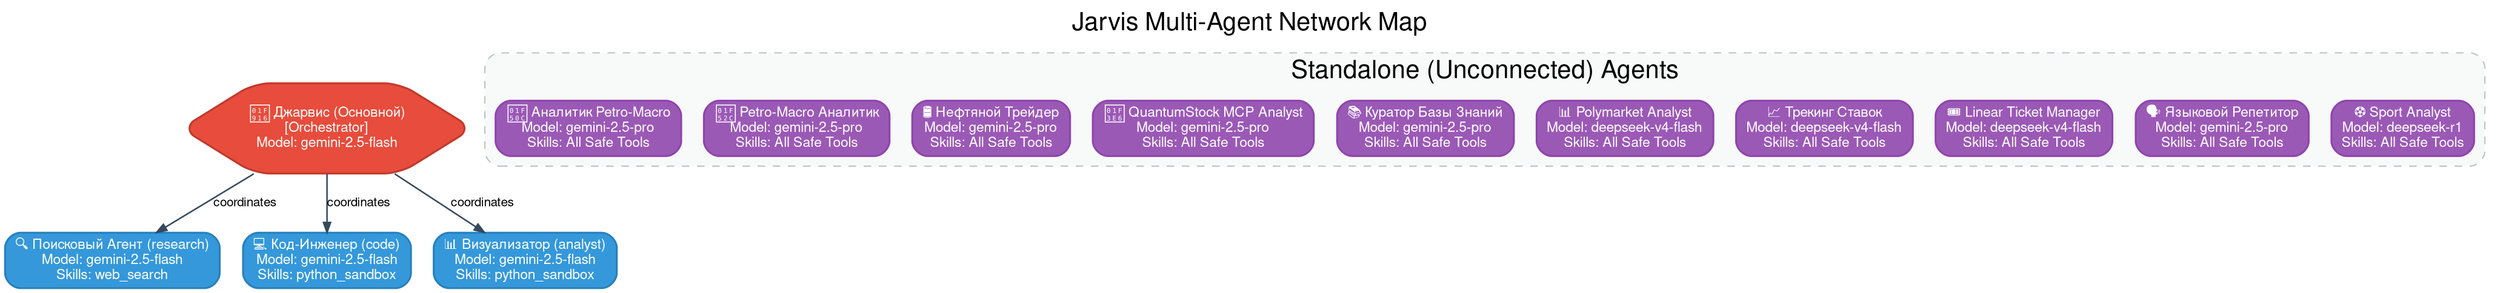
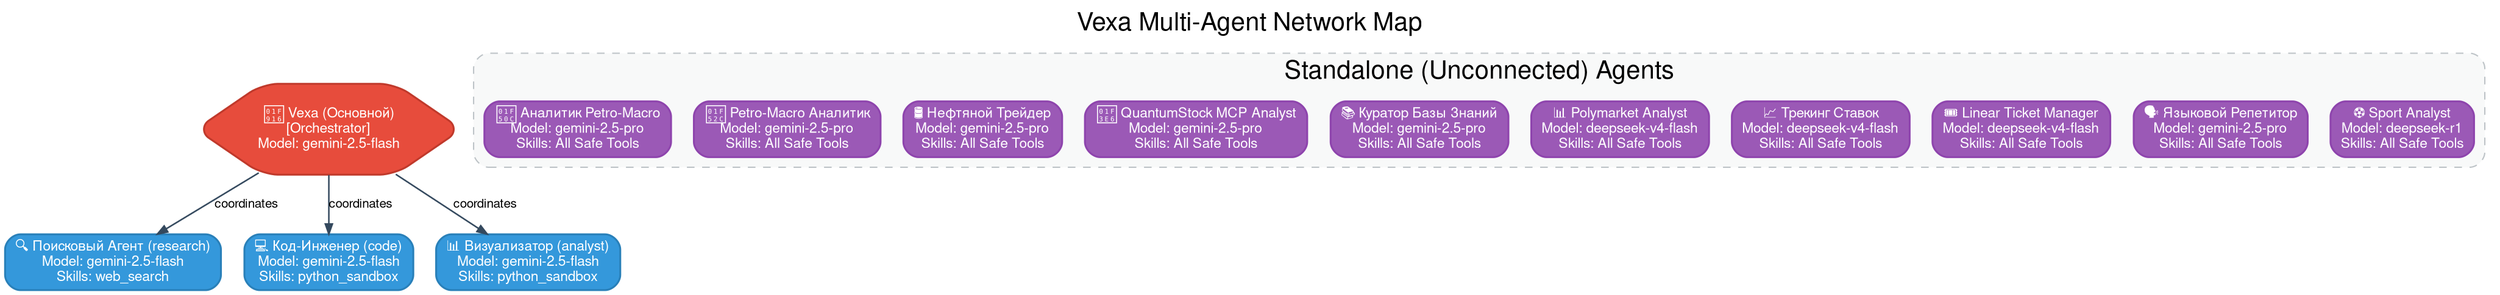
- digraph JarvisAgentNetwork {
+ digraph VexaAgentNetwork {
    rankdir=TB;
    fontname="Helvetica,Arial,sans-serif";
-     label="Jarvis Multi-Agent Network Map";
+     label="Vexa Multi-Agent Network Map";
    labelloc="t";
    fontsize=20;

    // Nodes style settings
    node [
        fontname="Helvetica,Arial,sans-serif",
        fontsize=11,
        shape=box,
        style="filled,rounded",
        color="#2C3E50",
        fillcolor="#ECF0F1",
        fontcolor="#2C3E50",
        penwidth=1.5
    ];

    edge [
        fontname="Helvetica,Arial,sans-serif",
        fontsize=10,
        color="#34495E",
        penwidth=1.2,
        arrowsize=0.8
    ];

    // Orchestrator Node Style
    node [fillcolor="#E74C3C", fontcolor="#FFFFFF", color="#C0392B", shape=hexagon];
-     jarvis [label="🤖 Джарвис (Основной)\n[Orchestrator]\nModel: gemini-2.5-flash"];
+     vexa [label="🤖 Vexa (Основной)\n[Orchestrator]\nModel: gemini-2.5-flash"];

    // Connected Subagents Style
    node [fillcolor="#3498DB", fontcolor="#FFFFFF", color="#2980B9", shape=box];
    research [label="🔍 Поисковый Агент (research)\nModel: gemini-2.5-flash\nSkills: web_search"];
    code [label="💻 Код-Инженер (code)\nModel: gemini-2.5-flash\nSkills: python_sandbox"];
    analyst [label="📊 Визуализатор (analyst)\nModel: gemini-2.5-flash\nSkills: python_sandbox"];

    // Hierarchical Links
-     jarvis -> research [label="coordinates"];
-     jarvis -> code [label="coordinates"];
-     jarvis -> analyst [label="coordinates"];
+     vexa -> research [label="coordinates"];
+     vexa -> code [label="coordinates"];
+     vexa -> analyst [label="coordinates"];

    // Standalone Agents Style (different color)
    node [fillcolor="#9B59B6", fontcolor="#FFFFFF", color="#8E44AD", shape=box];

    sports_analyst [label="⚽ Sport Analyst\nModel: deepseek-r1\nSkills: All Safe Tools"];
    language_tutor [label="🗣️ Языковой Репетитор\nModel: gemini-2.5-pro\nSkills: All Safe Tools"];
    linear_ticket_manager [label="🎟️ Linear Ticket Manager\nModel: deepseek-v4-flash\nSkills: All Safe Tools"];
    betting_tracker [label="📈 Трекинг Ставок\nModel: deepseek-v4-flash\nSkills: All Safe Tools"];
    pm_analyst [label="📊 Polymarket Analyst\nModel: deepseek-v4-flash\nSkills: All Safe Tools"];
    knowledge_curator [label="📚 Куратор Базы Знаний\nModel: gemini-2.5-pro\nSkills: All Safe Tools"];
    quantum_stock_mcp [label="🏦 QuantumStock MCP Analyst\nModel: gemini-2.5-pro\nSkills: All Safe Tools"];
    oil_trader [label="🛢️ Нефтяной Трейдер\nModel: gemini-2.5-pro\nSkills: All Safe Tools"];
    petro_macro [label="🔬 Petro-Macro Аналитик\nModel: gemini-2.5-pro\nSkills: All Safe Tools"];
    petro_macro_analyst [label="🔌 Аналитик Petro-Macro\nModel: gemini-2.5-pro\nSkills: All Safe Tools"];

    // Group standalone nodes in a visual boundary/subgraph
    subgraph cluster_standalone {
        label="Standalone (Unconnected) Agents";
        style="dashed,rounded";
        color="#BDC3C7";
        bgcolor="#F8F9F9";

        sports_analyst;
        language_tutor;
        linear_ticket_manager;
        betting_tracker;
        pm_analyst;
        knowledge_curator;
        quantum_stock_mcp;
        oil_trader;
        petro_macro;
        petro_macro_analyst;
    }
}
